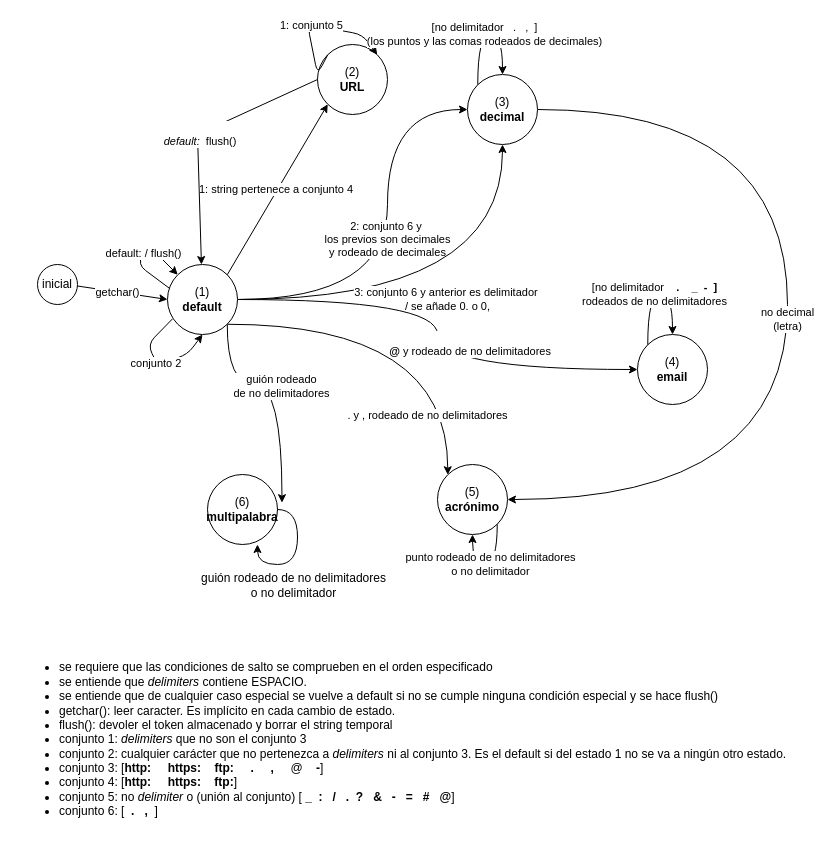
Earlier version of the draw.io diagram diagrama_tokenizador.drawio (jorgeDonis/buscadorEI). Source tidied: cells renumbered, new cells numbered last; positions are measured from the earlier drawing's top-left corner, leaving out a move shared by most shapes. Both pictures are drawn from the tidied source at 100%, with x=0, y=0 at pixel (17, 24).
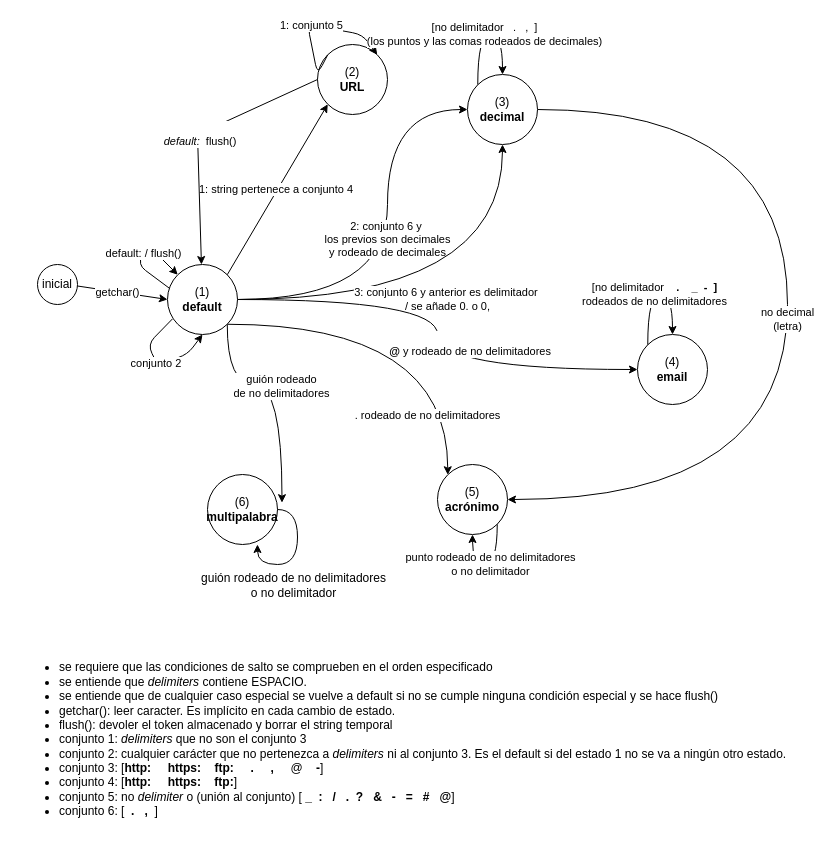
The same diagram, later.

The change refers to these unchanged cells:
```xml
<mxCell id="7" value="(1)&lt;br&gt;&lt;b&gt;default&lt;/b&gt;" style="ellipse;whiteSpace=wrap;html=1;" parent="1" vertex="1">
  <mxGeometry x="150" y="240" width="70" height="70" as="geometry" />
</mxCell>
<mxCell id="22" value="(5)&lt;br&gt;&lt;b&gt;acrónimo&lt;/b&gt;" style="ellipse;whiteSpace=wrap;html=1;" parent="1" vertex="1">
  <mxGeometry x="420" y="440" width="70" height="70" as="geometry" />
</mxCell>
```

What changed in the source:
```diff
@@
-    <mxCell id="6" value=". y , rodeado de no delimitadores" style="edgeStyle=orthogonalEdgeStyle;curved=1;rounded=0;jettySize=auto;html=1;exitX=1;exitY=1;exitDx=0;exitDy=0;entryX=0;entryY=0;entryDx=0;entryDy=0;" parent="1" edge="1" source="7" target="22">
+    <mxCell id="6" value=". rodeado de no delimitadores" style="edgeStyle=orthogonalEdgeStyle;curved=1;rounded=0;jettySize=auto;html=1;exitX=1;exitY=1;exitDx=0;exitDy=0;entryX=0;entryY=0;entryDx=0;entryDy=0;" parent="1" edge="1" source="7" target="22">
       <mxGeometry x="0.68" y="-20" relative="1" as="geometry" />
     </mxCell>
```
